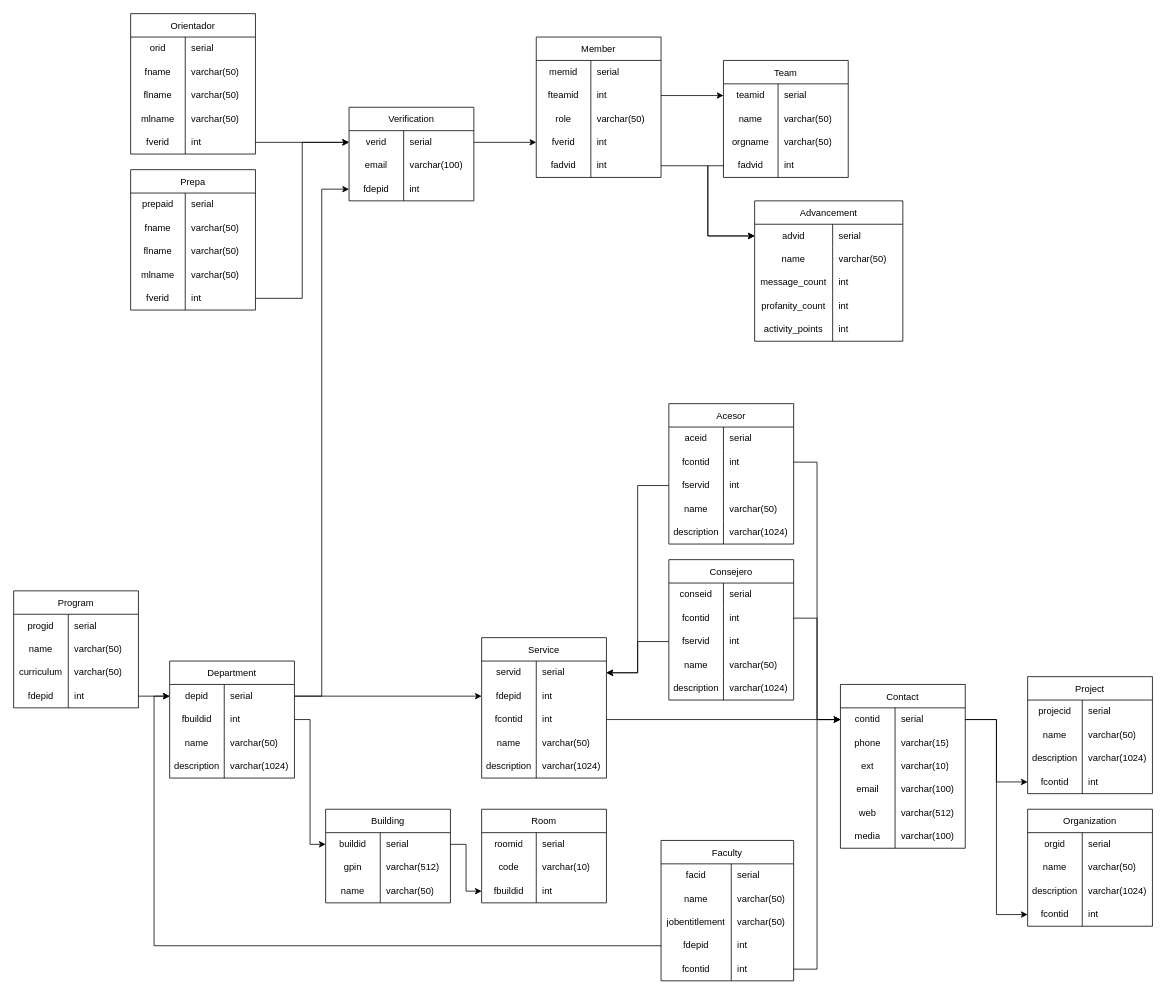
Earlier version of the draw.io diagram schema/Untitled Diagram.drawio (AlfredoSoto1/BotOrientador). Source tidied: cells renumbered, new cells numbered last; positions are measured from the earlier drawing's top-left corner, leaving out a move shared by most shapes. Both pictures are drawn from the tidied source at 78%, with x=0, y=0 at pixel (13, 13).
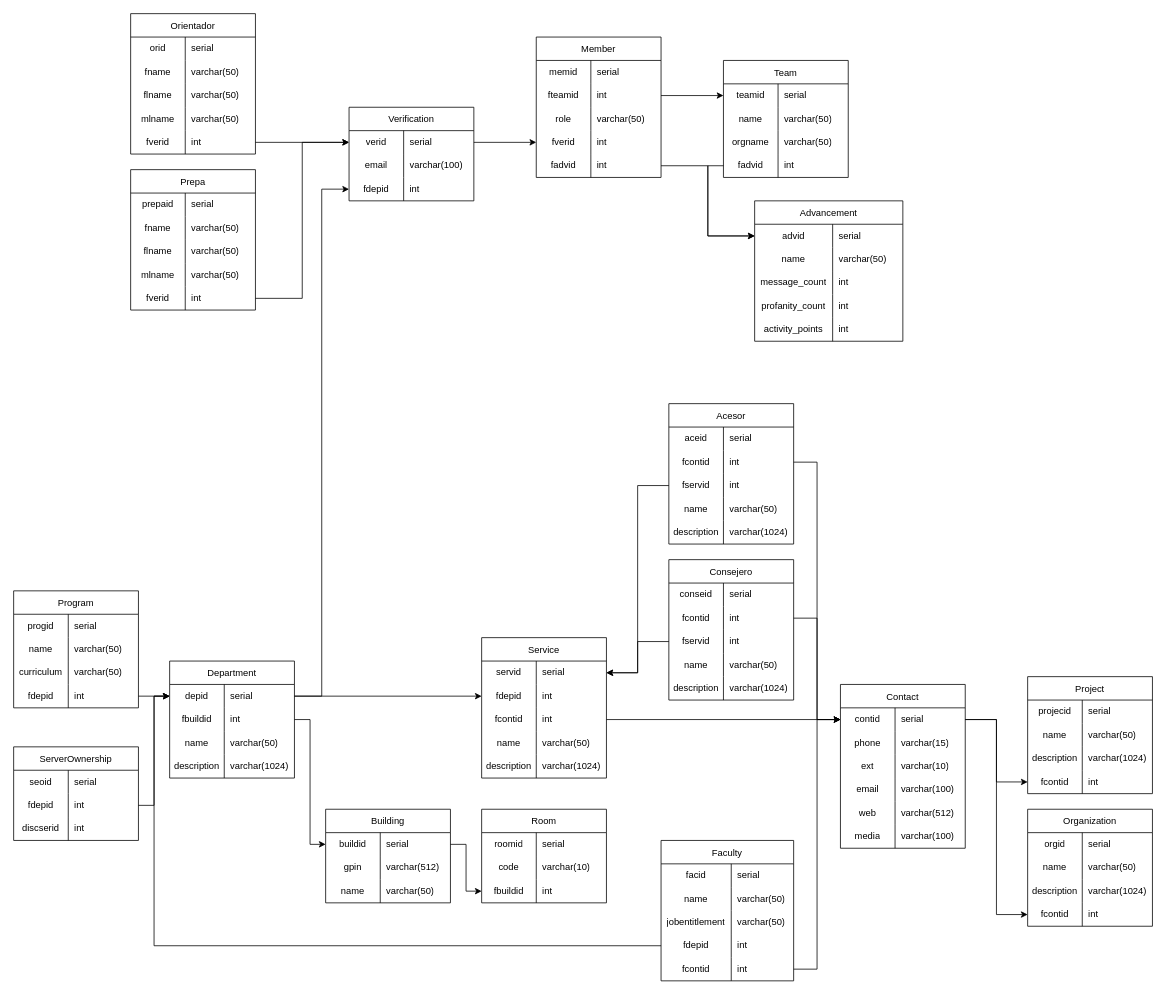
After the change.

The change refers to these unchanged cells:
```xml
<mxCell id="106" style="shape=tableRow;horizontal=0;startSize=0;swimlaneHead=0;swimlaneBody=0;top=0;left=0;bottom=0;right=0;fillColor=none;points=[[0,0.5],[1,0.5]];portConstraint=eastwest;strokeColor=inherit;fontSize=12;" parent="105" vertex="1">
  <mxGeometry y="30" width="160" height="30" as="geometry" />
</mxCell>
```

Change to the diagram source:
```diff
@@
+    <mxCell id="264" value="ServerOwnership" style="shape=table;startSize=30;childLayout=tableLayout;rowLines=0;fontStyle=0;strokeColor=default;fontSize=12;" parent="1" vertex="1">
+      <mxGeometry y="940" width="160" height="120" as="geometry" />
+    </mxCell>
+    <mxCell id="265" style="shape=tableRow;horizontal=0;startSize=0;swimlaneHead=0;swimlaneBody=0;top=0;left=0;bottom=0;right=0;fillColor=none;strokeColor=inherit;fontSize=12;" parent="264" vertex="1">
+      <mxGeometry y="30" width="160" height="30" as="geometry" />
+    </mxCell>
+    <mxCell id="266" value="seoid" style="shape=partialRectangle;html=1;whiteSpace=wrap;fillColor=none;top=0;left=0;bottom=0;right=0;overflow=hidden;strokeColor=inherit;fontSize=12;spacing=2;" parent="265" vertex="1">
+      <mxGeometry width="70" height="30" as="geometry" />
+    </mxCell>
+    <mxCell id="267" value="serial" style="shape=partialRectangle;html=1;whiteSpace=wrap;fillColor=none;top=0;left=0;bottom=0;right=0;align=left;spacingLeft=6;overflow=hidden;strokeColor=inherit;fontSize=12;" parent="265" vertex="1">
+      <mxGeometry x="70" width="90" height="30" as="geometry" />
+    </mxCell>
+    <mxCell id="268" style="shape=tableRow;horizontal=0;startSize=0;swimlaneHead=0;swimlaneBody=0;top=0;left=0;bottom=0;right=0;fillColor=none;points=[[0,0.5],[1,0.5]];portConstraint=eastwest;strokeColor=inherit;fontSize=12;" parent="264" vertex="1">
+      <mxGeometry y="60" width="160" height="30" as="geometry" />
+    </mxCell>
+    <mxCell id="269" value="fdepid" style="shape=partialRectangle;html=1;whiteSpace=wrap;fillColor=none;top=0;left=0;bottom=0;right=0;overflow=hidden;strokeColor=inherit;fontSize=12;spacing=2;" parent="268" vertex="1">
+      <mxGeometry width="70" height="30" as="geometry" />
+    </mxCell>
+    <mxCell id="270" value="int" style="shape=partialRectangle;html=1;whiteSpace=wrap;fillColor=none;top=0;left=0;bottom=0;right=0;align=left;spacingLeft=6;overflow=hidden;strokeColor=inherit;fontSize=12;" parent="268" vertex="1">
+      <mxGeometry x="70" width="90" height="30" as="geometry" />
+    </mxCell>
+    <mxCell id="271" style="shape=tableRow;horizontal=0;startSize=0;swimlaneHead=0;swimlaneBody=0;top=0;left=0;bottom=0;right=0;fillColor=none;strokeColor=inherit;fontSize=12;" parent="264" vertex="1">
+      <mxGeometry y="90" width="160" height="30" as="geometry" />
+    </mxCell>
+    <mxCell id="272" value="discserid" style="shape=partialRectangle;html=1;whiteSpace=wrap;fillColor=none;top=0;left=0;bottom=0;right=0;overflow=hidden;strokeColor=inherit;fontSize=12;" parent="271" vertex="1">
+      <mxGeometry width="70" height="30" as="geometry" />
+    </mxCell>
+    <mxCell id="273" value="int" style="shape=partialRectangle;html=1;whiteSpace=wrap;fillColor=none;top=0;left=0;bottom=0;right=0;align=left;spacingLeft=6;overflow=hidden;strokeColor=inherit;fontSize=12;" parent="271" vertex="1">
+      <mxGeometry x="70" width="90" height="30" as="geometry" />
+    </mxCell>
+    <mxCell id="274" style="edgeStyle=orthogonalEdgeStyle;rounded=0;jettySize=auto;html=1;exitX=1;exitY=0.5;exitDx=0;exitDy=0;entryX=0;entryY=0.5;entryDx=0;entryDy=0;" parent="1" edge="1" source="268" target="106">
+      <mxGeometry relative="1" as="geometry" />
+    </mxCell>
```
